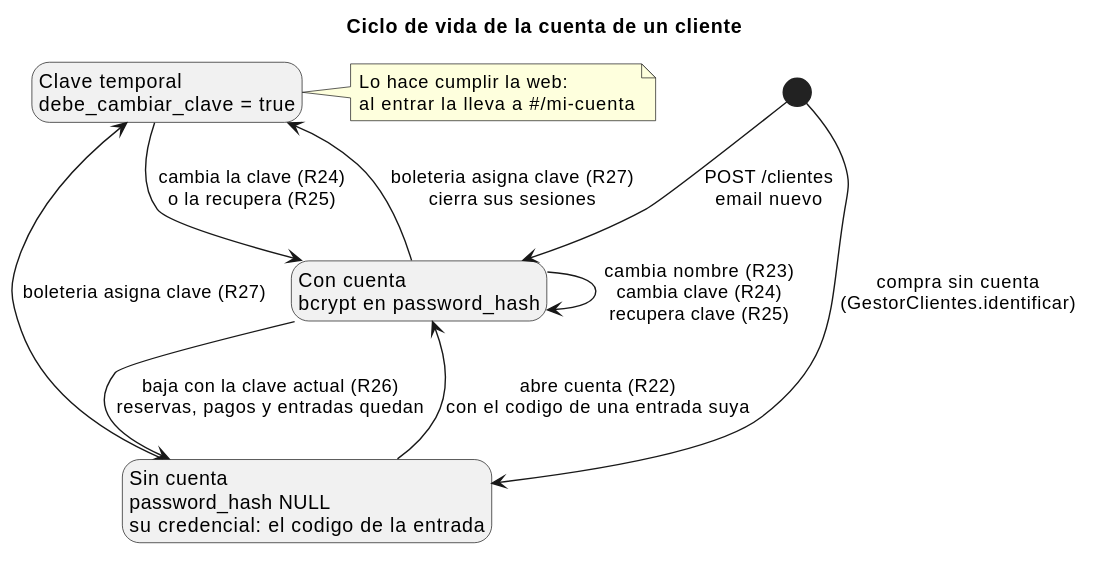
This is _other/docs/diagramas/usuarios-ciclo.svg from andreiveisuade/cine-uade, a PlantUML export, as it was before one commit. Its diagram source:
```plantuml
@startuml
title Ciclo de vida de la cuenta de un cliente

hide empty description

[*] --> SinCuenta : compra sin cuenta\n(GestorClientes.identificar)
[*] --> ConCuenta : POST /clientes\nemail nuevo

state "Sin cuenta\npassword_hash NULL\nsu credencial: el codigo de la entrada" as SinCuenta
state "Con cuenta\nbcrypt en password_hash" as ConCuenta
state "Clave temporal\ndebe_cambiar_clave = true" as Temporal

SinCuenta --> ConCuenta : abre cuenta (R22)\ncon el codigo de una entrada suya
ConCuenta --> ConCuenta : cambia nombre (R23)\ncambia clave (R24)\nrecupera clave (R25)
SinCuenta --> Temporal : boleteria asigna clave (R27)
ConCuenta --> Temporal : boleteria asigna clave (R27)\ncierra sus sesiones
Temporal --> ConCuenta : cambia la clave (R24)\no la recupera (R25)
ConCuenta --> SinCuenta : baja con la clave actual (R26)\nreservas, pagos y entradas quedan

note right of Temporal
  Lo hace cumplir la web:
  al entrar la lleva a #/mi-cuenta
end note
@enduml
```
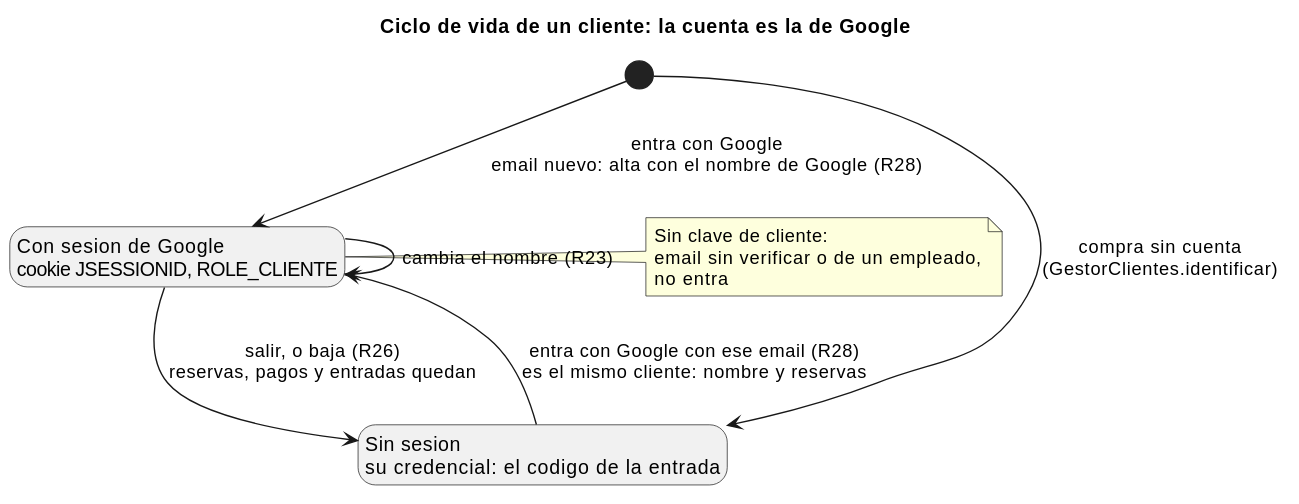
After the commit.

What changed in the source:
```diff
@@ -1,24 +1,21 @@
 @startuml
-title Ciclo de vida de la cuenta de un cliente
+title Ciclo de vida de un cliente: la cuenta es la de Google
 
 hide empty description
 
 [*] --> SinCuenta : compra sin cuenta\n(GestorClientes.identificar)
-[*] --> ConCuenta : POST /clientes\nemail nuevo
+[*] --> ConGoogle : entra con Google\nemail nuevo: alta con el nombre de Google (R28)
 
-state "Sin cuenta\npassword_hash NULL\nsu credencial: el codigo de la entrada" as SinCuenta
-state "Con cuenta\nbcrypt en password_hash" as ConCuenta
-state "Clave temporal\ndebe_cambiar_clave = true" as Temporal
+state "Sin sesion\nsu credencial: el codigo de la entrada" as SinCuenta
+state "Con sesion de Google\ncookie JSESSIONID, ROLE_CLIENTE" as ConGoogle
 
-SinCuenta --> ConCuenta : abre cuenta (R22)\ncon el codigo de una entrada suya
-ConCuenta --> ConCuenta : cambia nombre (R23)\ncambia clave (R24)\nrecupera clave (R25)
-SinCuenta --> Temporal : boleteria asigna clave (R27)
-ConCuenta --> Temporal : boleteria asigna clave (R27)\ncierra sus sesiones
-Temporal --> ConCuenta : cambia la clave (R24)\no la recupera (R25)
-ConCuenta --> SinCuenta : baja con la clave actual (R26)\nreservas, pagos y entradas quedan
+SinCuenta --> ConGoogle : entra con Google con ese email (R28)\nes el mismo cliente: nombre y reservas
+ConGoogle --> ConGoogle : cambia el nombre (R23)
+ConGoogle --> SinCuenta : salir, o baja (R26)\nreservas, pagos y entradas quedan
 
-note right of Temporal
-  Lo hace cumplir la web:
-  al entrar la lleva a #/mi-cuenta
+note right of ConGoogle
+  Sin clave de cliente:
+  email sin verificar o de un empleado,
+  no entra
 end note
 @enduml
```
